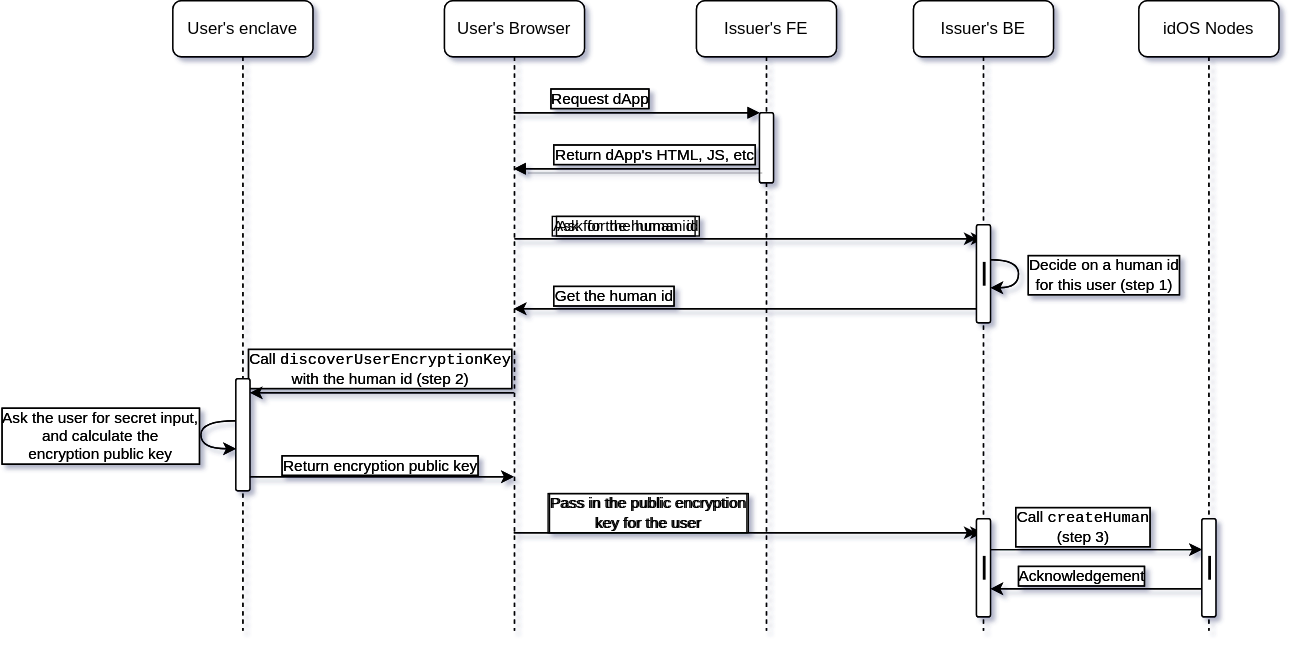
Before: packages/issuer-sdk-js/assets/add-user.drawio.svg, a diagram exported from draw.io (idos-network/idos-sdk-js). Source tidied: cells renumbered, new cells last; positions are measured from the earlier drawing's top-left corner, leaving out a move shared by most shapes.
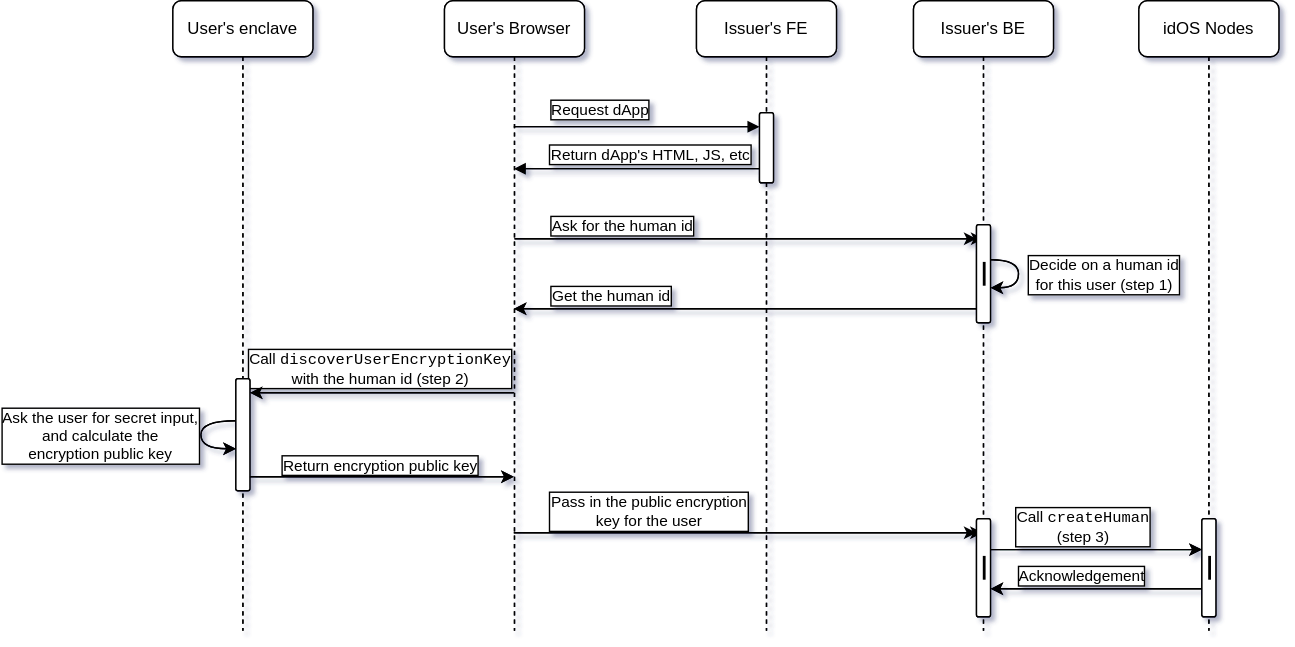
Later version of the same file.

Change to the diagram source:
```diff
@@ -10,7 +10,7 @@
     </mxCell>
     <mxCell id="3" value="Ask for the human id" style="edgeLabel;html=1;align=center;verticalAlign=middle;rounded=1;labelBorderColor=default;" parent="2" vertex="1">
       <mxGeometry x="0.13" y="-1" relative="1" as="geometry">
-        <mxPoint x="-109" y="-11" as="offset" />
+        <mxPoint x="-113" y="-11" as="offset" />
       </mxGeometry>
     </mxCell>
     <mxCell id="4" style="edgeStyle=elbowEdgeStyle;rounded=1;jettySize=auto;html=1;elbow=vertical;curved=0;labelBorderColor=default;" parent="1" edge="1" source="8" target="21">
@@ -34,7 +34,7 @@
     </mxCell>
     <mxCell id="7" value="Pass in the public encryption&lt;div&gt;key for the user&lt;/div&gt;" style="edgeLabel;html=1;align=center;verticalAlign=middle;rounded=1;labelBorderColor=default;" parent="6" vertex="1">
       <mxGeometry x="-0.24" y="1" relative="1" as="geometry">
-        <mxPoint x="-30" y="-14" as="offset" />
+        <mxPoint x="-30" y="-15" as="offset" />
       </mxGeometry>
     </mxCell>
     <mxCell id="8" value="User's Browser" style="shape=umlLifeline;perimeter=lifelinePerimeter;whiteSpace=wrap;html=1;outlineConnect=0;portConstraint=eastwest;newEdgeStyle={&quot;edgeStyle&quot;:&quot;elbowEdgeStyle&quot;,&quot;elbow&quot;:&quot;vertical&quot;,&quot;curved&quot;:0,&quot;rounded&quot;:0};rounded=1;labelBorderColor=default;" parent="1" vertex="1">
@@ -46,20 +46,6 @@
     <mxCell id="10" style="html=1;points=[];perimeter=orthogonalPerimeter;outlineConnect=0;targetShapes=umlLifeline;portConstraint=eastwest;newEdgeStyle={&quot;edgeStyle&quot;:&quot;elbowEdgeStyle&quot;,&quot;elbow&quot;:&quot;vertical&quot;,&quot;curved&quot;:0,&quot;rounded&quot;:0};rounded=1;labelBorderColor=default;" parent="9" vertex="1">
       <mxGeometry x="45" y="80" width="10" height="50" as="geometry" />
     </mxCell>
-    <mxCell id="11" value="Request dApp" style="html=1;verticalAlign=bottom;endArrow=block;edgeStyle=elbowEdgeStyle;elbow=vertical;curved=0;rounded=1;labelBorderColor=default;" parent="1" edge="1" source="8" target="10">
-      <mxGeometry x="-0.31" relative="1" as="geometry">
-        <Array as="points">
-          <mxPoint x="334" y="80" />
-        </Array>
-      </mxGeometry>
-    </mxCell>
-    <mxCell id="12" value="Return dApp's HTML, JS, etc" style="html=1;verticalAlign=bottom;endArrow=block;edgeStyle=elbowEdgeStyle;elbow=vertical;curved=0;rounded=1;labelBorderColor=default;" parent="1" edge="1" source="10" target="8">
-      <mxGeometry x="-0.15" relative="1" as="geometry">
-        <Array as="points">
-          <mxPoint x="344" y="120" />
-        </Array>
-      </mxGeometry>
-    </mxCell>
     <mxCell id="13" value="Issuer's BE" style="shape=umlLifeline;perimeter=lifelinePerimeter;whiteSpace=wrap;html=1;outlineConnect=0;portConstraint=eastwest;newEdgeStyle={&quot;edgeStyle&quot;:&quot;elbowEdgeStyle&quot;,&quot;elbow&quot;:&quot;vertical&quot;,&quot;curved&quot;:0,&quot;rounded&quot;:0};rounded=1;labelBorderColor=default;" parent="1" vertex="1">
       <mxGeometry x="529" width="100" height="450" as="geometry" />
     </mxCell>
@@ -103,7 +89,7 @@
     </mxCell>
     <mxCell id="23" value="Get the human id" style="edgeLabel;html=1;align=center;verticalAlign=middle;rounded=1;labelBorderColor=default;" parent="22" vertex="1">
       <mxGeometry x="0.41" y="-4" relative="1" as="geometry">
-        <mxPoint x="-28" y="-6" as="offset" />
+        <mxPoint x="-30" y="-6" as="offset" />
       </mxGeometry>
     </mxCell>
     <mxCell id="24" style="edgeStyle=elbowEdgeStyle;rounded=1;jettySize=auto;html=1;elbow=vertical;curved=0;labelBorderColor=default;" parent="1" edge="1" source="21" target="8">
@@ -152,11 +138,6 @@
         <mxPoint x="244" y="170" as="sourcePoint" />
       </mxGeometry>
     </mxCell>
-    <mxCell id="33" value="Ask for the human id" style="edgeLabel;html=1;align=center;verticalAlign=middle;rounded=1;labelBackgroundColor=none;labelBorderColor=#000000;" parent="32" vertex="1">
-      <mxGeometry x="0.13" y="-1" relative="1" as="geometry">
-        <mxPoint x="-109" y="-11" as="offset" />
-      </mxGeometry>
-    </mxCell>
     <mxCell id="34" style="edgeStyle=elbowEdgeStyle;rounded=1;jettySize=auto;html=1;elbow=vertical;curved=0;labelBackgroundColor=none;fontColor=default;labelBorderColor=default;strokeColor=#000000;" parent="1" edge="1" source="38" target="51">
       <mxGeometry relative="1" as="geometry">
         <Array as="points">
@@ -164,11 +145,6 @@
         </Array>
       </mxGeometry>
     </mxCell>
-    <mxCell id="35" value="Call&amp;nbsp;&lt;font face=&quot;Courier New&quot;&gt;discoverUserEncryptionKey&lt;/font&gt;&lt;div&gt;with the human id (step 2)&lt;/div&gt;" style="edgeLabel;html=1;align=center;verticalAlign=middle;rounded=1;labelBackgroundColor=none;labelBorderColor=#000000;" parent="34" vertex="1">
-      <mxGeometry x="0.02" y="-2" relative="1" as="geometry">
-        <mxPoint y="-16" as="offset" />
-      </mxGeometry>
-    </mxCell>
     <mxCell id="36" style="edgeStyle=elbowEdgeStyle;rounded=1;jettySize=auto;html=1;elbow=vertical;curved=0;labelBackgroundColor=none;fontColor=default;labelBorderColor=default;strokeColor=#000000;" parent="1" edge="1" source="38" target="47">
       <mxGeometry relative="1" as="geometry">
         <Array as="points">
@@ -176,11 +152,13 @@
         </Array>
       </mxGeometry>
     </mxCell>
-    <mxCell id="37" value="Pass in the public encryption&lt;div&gt;key for the user&lt;/div&gt;" style="edgeLabel;html=1;align=center;verticalAlign=middle;rounded=1;labelBackgroundColor=none;labelBorderColor=#000000;" parent="36" vertex="1">
-      <mxGeometry x="-0.24" y="1" relative="1" as="geometry">
-        <mxPoint x="-30" y="-14" as="offset" />
-      </mxGeometry>
-    </mxCell>
+    <mxCell id="41" style="edgeStyle=elbowEdgeStyle;html=1;elbow=vertical;curved=0;rounded=1;labelBackgroundColor=none;endArrow=block;verticalAlign=bottom;strokeColor=#000000;labelBorderColor=#000000;" parent="1" edge="1" source="38" target="40">
+      <mxGeometry relative="1" as="geometry">
+        <Array as="points">
+          <mxPoint x="360" y="90" />
+        </Array>
+      </mxGeometry>
+    </mxCell>
     <mxCell id="38" value="User's Browser" style="shape=umlLifeline;perimeter=lifelinePerimeter;whiteSpace=wrap;html=1;outlineConnect=0;portConstraint=eastwest;newEdgeStyle={&quot;edgeStyle&quot;:&quot;elbowEdgeStyle&quot;,&quot;elbow&quot;:&quot;vertical&quot;,&quot;curved&quot;:0,&quot;rounded&quot;:0};rounded=1;labelBackgroundColor=none;labelBorderColor=none;strokeColor=#000000;" parent="1" vertex="1">
       <mxGeometry x="194" width="100" height="450" as="geometry" />
     </mxCell>
@@ -190,20 +168,6 @@
     <mxCell id="40" style="html=1;points=[];perimeter=orthogonalPerimeter;outlineConnect=0;targetShapes=umlLifeline;portConstraint=eastwest;newEdgeStyle={&quot;edgeStyle&quot;:&quot;elbowEdgeStyle&quot;,&quot;elbow&quot;:&quot;vertical&quot;,&quot;curved&quot;:0,&quot;rounded&quot;:0};rounded=1;labelBackgroundColor=none;labelBorderColor=default;" parent="39" vertex="1">
       <mxGeometry x="45" y="80" width="10" height="50" as="geometry" />
     </mxCell>
-    <mxCell id="41" value="Request dApp" style="html=1;verticalAlign=bottom;endArrow=block;edgeStyle=elbowEdgeStyle;elbow=vertical;curved=0;rounded=1;labelBackgroundColor=none;fontColor=default;labelBorderColor=#000000;strokeColor=#000000;" parent="1" edge="1" source="38" target="40">
-      <mxGeometry x="-0.31" relative="1" as="geometry">
-        <Array as="points">
-          <mxPoint x="334" y="80" />
-        </Array>
-      </mxGeometry>
-    </mxCell>
-    <mxCell id="42" value="Return dApp's HTML, JS, etc" style="html=1;verticalAlign=bottom;endArrow=block;edgeStyle=elbowEdgeStyle;elbow=vertical;curved=0;rounded=1;labelBackgroundColor=none;fontColor=default;labelBorderColor=#000000;strokeColor=#000000;shadow=1;" parent="1" edge="1" source="40" target="38">
-      <mxGeometry x="-0.15" relative="1" as="geometry">
-        <Array as="points">
-          <mxPoint x="344" y="120" />
-        </Array>
-      </mxGeometry>
-    </mxCell>
     <mxCell id="43" value="Issuer's BE" style="shape=umlLifeline;perimeter=lifelinePerimeter;whiteSpace=wrap;html=1;newEdgeStyle={&quot;edgeStyle&quot;:&quot;elbowEdgeStyle&quot;,&quot;elbow&quot;:&quot;vertical&quot;,&quot;curved&quot;:0,&quot;rounded&quot;:0};rounded=1;labelBackgroundColor=none;labelBorderColor=none;strokeColor=#000000;" parent="1" vertex="1">
       <mxGeometry x="529" width="100" height="450" as="geometry" />
     </mxCell>
@@ -213,11 +177,6 @@
     <mxCell id="45" style="edgeStyle=elbowEdgeStyle;rounded=1;orthogonalLoop=1;jettySize=auto;html=1;elbow=horizontal;curved=1;labelBackgroundColor=none;fontColor=default;labelBorderColor=default;strokeColor=#000000;" parent="43" edge="1" source="44" target="44">
       <mxGeometry relative="1" as="geometry" />
     </mxCell>
-    <mxCell id="46" value="Decide on a human id&lt;div&gt;for this user (step 1)&lt;/div&gt;" style="edgeLabel;html=1;align=center;verticalAlign=middle;rounded=1;labelBackgroundColor=none;labelBorderColor=#000000;" parent="45" vertex="1">
-      <mxGeometry x="-0.07" y="-1" relative="1" as="geometry">
-        <mxPoint x="61" y="2" as="offset" />
-      </mxGeometry>
-    </mxCell>
     <mxCell id="47" value="&lt;span style=&quot;color: rgba(0, 0, 0, 0); font-family: monospace; font-size: 0px; text-align: start;&quot;&gt;%3CmxGraphModel%3E%3Croot%3E%3CmxCell%20id%3D%220%22%2F%3E%3CmxCell%20id%3D%221%22%20parent%3D%220%22%2F%3E%3CmxCell%20id%3D%222%22%20style%3D%22edgeStyle%3DelbowEdgeStyle%3Brounded%3D0%3BorthogonalLoop%3D1%3BjettySize%3Dauto%3Bhtml%3D1%3Belbow%3Dvertical%3Bcurved%3D1%3B%22%20edge%3D%221%22%20parent%3D%221%22%3E%3CmxGeometry%20relative%3D%221%22%20as%3D%22geometry%22%3E%3CmxPoint%20x%3D%22590%22%20y%3D%22215%22%20as%3D%22sourcePoint%22%2F%3E%3CmxPoint%20x%3D%22590%22%20y%3D%22235%22%20as%3D%22targetPoint%22%2F%3E%3CArray%20as%3D%22points%22%3E%3CmxPoint%20x%3D%22630%22%20y%3D%22225%22%2F%3E%3C%2FArray%3E%3C%2FmxGeometry%3E%3C%2FmxCell%3E%3CmxCell%20id%3D%223%22%20value%3D%22Decide%20on%20a%20human%20id%26lt%3Bdiv%26gt%3Bfor%20this%20user%26lt%3B%2Fdiv%26gt%3B%22%20style%3D%22edgeLabel%3Bhtml%3D1%3Balign%3Dcenter%3BverticalAlign%3Dmiddle%3Bresizable%3D0%3Bpoints%3D%5B%5D%3B%22%20vertex%3D%221%22%20connectable%3D%220%22%20parent%3D%222%22%3E%3CmxGeometry%20x%3D%22-0.072%22%20y%3D%22-1%22%20relative%3D%221%22%20as%3D%22geometry%22%3E%3CmxPoint%20x%3D%2221%22%20y%3D%22-26%22%20as%3D%22offset%22%2F%3E%3C%2FmxGeometry%3E%3C%2FmxCell%3E%3C%2Froot%3E%3C%2FmxGraphModel%3E&lt;/span&gt;" style="html=1;points=[];perimeter=orthogonalPerimeter;outlineConnect=0;targetShapes=umlLifeline;portConstraint=eastwest;newEdgeStyle={&quot;edgeStyle&quot;:&quot;elbowEdgeStyle&quot;,&quot;elbow&quot;:&quot;vertical&quot;,&quot;curved&quot;:0,&quot;rounded&quot;:0};rounded=1;labelBackgroundColor=none;labelBorderColor=default;" parent="43" vertex="1">
       <mxGeometry x="45" y="370" width="10" height="70" as="geometry" />
     </mxCell>
@@ -231,11 +190,6 @@
         </Array>
       </mxGeometry>
     </mxCell>
-    <mxCell id="50" value="Ask the user for secret input,&lt;div&gt;and calculate the&lt;/div&gt;&lt;div&gt;encryption public key&lt;/div&gt;" style="edgeLabel;html=1;align=center;verticalAlign=middle;rounded=1;labelBackgroundColor=none;labelBorderColor=#000000;" parent="49" vertex="1">
-      <mxGeometry x="0.48" relative="1" as="geometry">
-        <mxPoint x="-80" y="-10" as="offset" />
-      </mxGeometry>
-    </mxCell>
     <mxCell id="51" style="html=1;points=[];perimeter=orthogonalPerimeter;outlineConnect=0;targetShapes=umlLifeline;portConstraint=eastwest;newEdgeStyle={&quot;edgeStyle&quot;:&quot;elbowEdgeStyle&quot;,&quot;elbow&quot;:&quot;vertical&quot;,&quot;curved&quot;:0,&quot;rounded&quot;:0};rounded=1;labelBackgroundColor=none;labelBorderColor=default;" parent="48" vertex="1">
       <mxGeometry x="45" y="270" width="10" height="80" as="geometry" />
     </mxCell>
@@ -245,11 +199,6 @@
         <mxPoint x="243.5" y="220" as="targetPoint" />
       </mxGeometry>
     </mxCell>
-    <mxCell id="53" value="Get the human id" style="edgeLabel;html=1;align=center;verticalAlign=middle;rounded=1;labelBackgroundColor=none;labelBorderColor=#000000;" parent="52" vertex="1">
-      <mxGeometry x="0.41" y="-4" relative="1" as="geometry">
-        <mxPoint x="-28" y="-6" as="offset" />
-      </mxGeometry>
-    </mxCell>
     <mxCell id="54" style="edgeStyle=elbowEdgeStyle;rounded=1;jettySize=auto;html=1;elbow=vertical;curved=0;labelBackgroundColor=none;fontColor=default;labelBorderColor=default;strokeColor=#000000;" parent="1" edge="1" source="51" target="38">
       <mxGeometry relative="1" as="geometry">
         <Array as="points">
@@ -257,11 +206,6 @@
         </Array>
       </mxGeometry>
     </mxCell>
-    <mxCell id="55" value="Return encryption public key" style="edgeLabel;html=1;align=center;verticalAlign=middle;rounded=1;labelBackgroundColor=none;labelBorderColor=#000000;" parent="54" vertex="1">
-      <mxGeometry x="0.06" y="-2" relative="1" as="geometry">
-        <mxPoint x="-8" y="-11" as="offset" />
-      </mxGeometry>
-    </mxCell>
     <mxCell id="56" value="idOS Nodes" style="shape=umlLifeline;perimeter=lifelinePerimeter;whiteSpace=wrap;html=1;newEdgeStyle={&quot;edgeStyle&quot;:&quot;elbowEdgeStyle&quot;,&quot;elbow&quot;:&quot;vertical&quot;,&quot;curved&quot;:0,&quot;rounded&quot;:0};rounded=1;labelBackgroundColor=none;labelBorderColor=none;strokeColor=#000000;" parent="1" vertex="1">
       <mxGeometry x="690" width="100" height="450" as="geometry" />
     </mxCell>
@@ -274,11 +218,6 @@
         <mxPoint x="735" y="392" as="targetPoint" />
       </mxGeometry>
     </mxCell>
-    <mxCell id="59" value="Call &lt;font face=&quot;Courier New&quot;&gt;createHuman&lt;/font&gt;&lt;br&gt;(step 3)" style="edgeLabel;html=1;align=center;verticalAlign=middle;rounded=1;labelBackgroundColor=none;labelBorderColor=#000000;" parent="58" vertex="1">
-      <mxGeometry x="-0.07" y="-1" relative="1" as="geometry">
-        <mxPoint x="-5" y="-18" as="offset" />
-      </mxGeometry>
-    </mxCell>
     <mxCell id="60" style="edgeStyle=elbowEdgeStyle;rounded=1;jettySize=auto;html=1;elbow=vertical;curved=0;labelBackgroundColor=none;fontColor=default;labelBorderColor=default;strokeColor=#000000;" parent="1" edge="1" source="57" target="47">
       <mxGeometry relative="1" as="geometry">
         <Array as="points">
@@ -286,10 +225,22 @@
         </Array>
       </mxGeometry>
     </mxCell>
-    <mxCell id="61" value="Acknowledgement" style="edgeLabel;html=1;align=center;verticalAlign=middle;rounded=1;labelBackgroundColor=none;labelBorderColor=#000000;" parent="60" vertex="1">
-      <mxGeometry x="0.42" y="1" relative="1" as="geometry">
-        <mxPoint x="20" y="-11" as="offset" />
+    <mxCell id="61" style="edgeStyle=elbowEdgeStyle;html=1;elbow=vertical;curved=0;rounded=1;labelBackgroundColor=none;endArrow=block;verticalAlign=bottom;strokeColor=#000000;labelBorderColor=#000000;" parent="1" edge="1" source="40" target="38">
+      <mxGeometry relative="1" as="geometry">
+        <Array as="points">
+          <mxPoint x="350" y="120" />
+        </Array>
       </mxGeometry>
     </mxCell>
+    <mxCell id="62" value="Return dApp's HTML, JS, etc" style="edgeLabel;html=1;align=center;verticalAlign=middle;rounded=1;labelBorderColor=default;" parent="61" vertex="1">
+      <mxGeometry x="-0.51" y="-2" relative="1" as="geometry">
+        <mxPoint x="-36" y="-9" as="offset" />
+      </mxGeometry>
+    </mxCell>
+    <mxCell id="63" value="Request dApp" style="edgeLabel;html=1;align=center;verticalAlign=middle;rounded=1;labelBorderColor=default;" parent="1" vertex="1">
+      <mxGeometry x="298" y="78" as="geometry">
+        <mxPoint x="6" y="-1" as="offset" />
+      </mxGeometry>
+    </mxCell>
   </root>
 </mxGraphModel>
```
